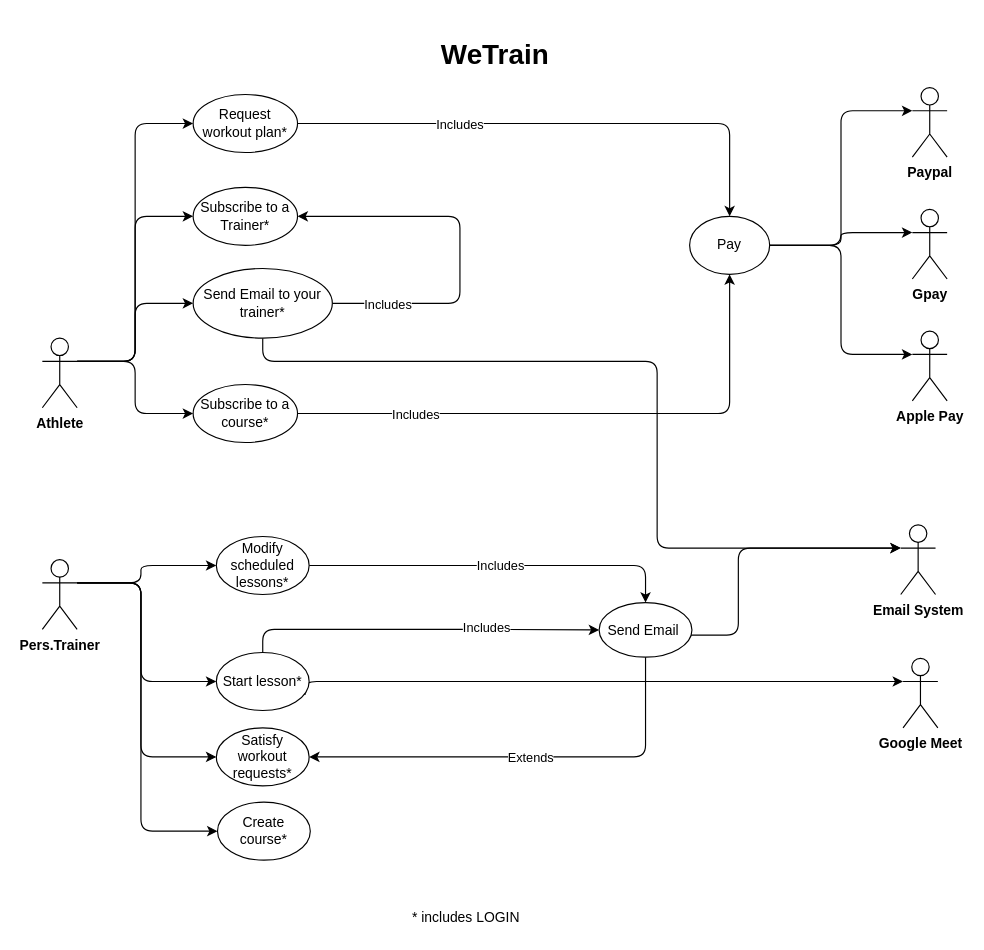
Bobbarello00/WeTrain keeps this draw.io diagram as Manenti/UCdiagram_V2.drawio. Above is the earlier version. Source tidied: cells renumbered, new cells numbered last; positions are measured from the earlier drawing's top-left corner, leaving out a move shared by most shapes. Both pictures are drawn from the tidied source at 116%, with x=0, y=0 at pixel (42, 26).
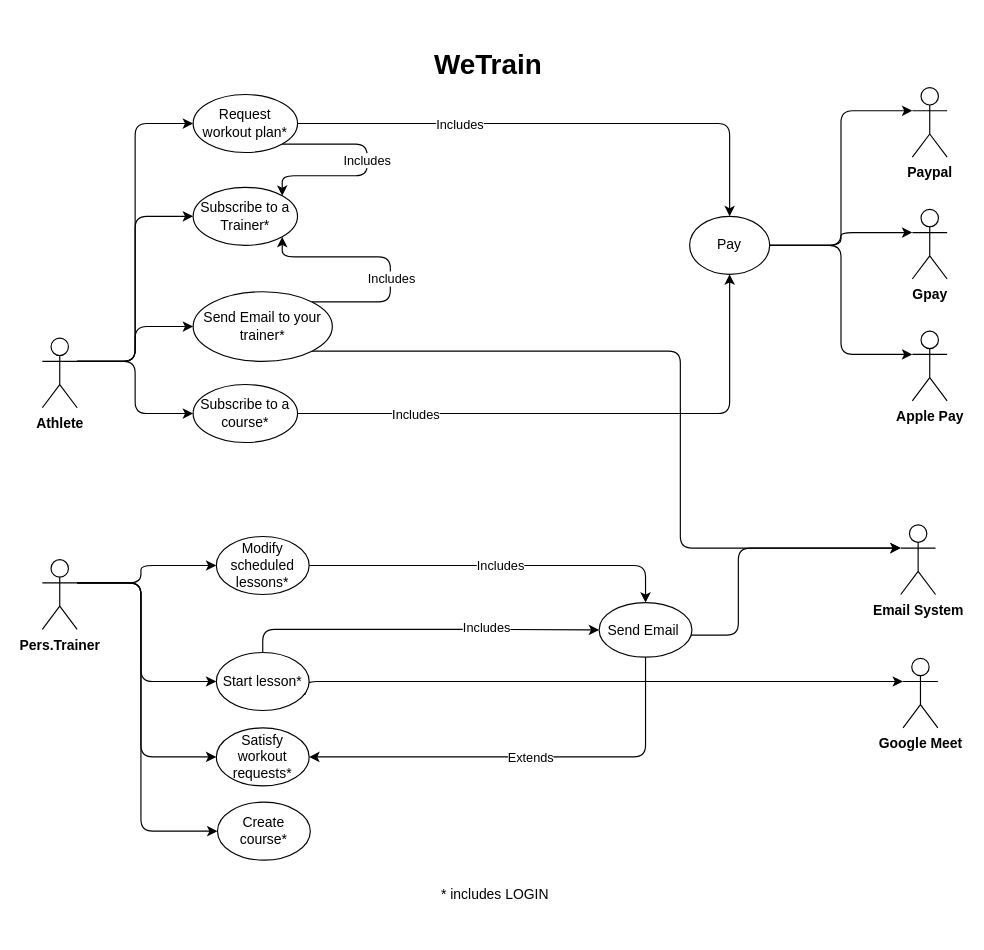
The same diagram, later.

The change refers to these unchanged cells:
```xml
<mxCell id="30" value="Request workout plan*" style="ellipse;whiteSpace=wrap;html=1;rounded=1;" parent="1" vertex="1">
  <mxGeometry x="130" y="59" width="90" height="50" as="geometry" />
</mxCell>
<mxCell id="40" value="&lt;b&gt;Email System&lt;br&gt;&lt;/b&gt;" style="shape=umlActor;verticalLabelPosition=bottom;verticalAlign=top;html=1;outlineConnect=0;rounded=1;" parent="1" vertex="1">
  <mxGeometry x="740" y="430" width="30" height="60" as="geometry" />
</mxCell>
<mxCell id="46" value="Subscribe to a Trainer*" style="ellipse;whiteSpace=wrap;html=1;rounded=1;" parent="1" vertex="1">
  <mxGeometry x="130" y="139" width="90" height="50" as="geometry" />
</mxCell>
```

The edit, as a diff of the source:
```diff
@@
     <mxCell id="14" value="&lt;h1&gt;WeTrain&lt;/h1&gt;" style="text;html=1;align=center;verticalAlign=middle;strokeColor=none;fillColor=none;rounded=1;" parent="1" vertex="1">
-      <mxGeometry x="335" width="110" height="50" as="geometry" />
+      <mxGeometry x="329" y="9" width="110" height="50" as="geometry" />
     </mxCell>
@@
-    <mxCell id="24" style="edgeStyle=orthogonalEdgeStyle;rounded=1;jettySize=auto;html=1;entryX=1;entryY=0.5;entryDx=0;entryDy=0;exitX=1;exitY=0.5;exitDx=0;exitDy=0;" parent="1" edge="1" source="27" target="46">
+    <mxCell id="24" style="edgeStyle=orthogonalEdgeStyle;rounded=1;jettySize=auto;html=1;entryX=1;entryY=1;entryDx=0;entryDy=0;exitX=1;exitY=0;exitDx=0;exitDy=0;" parent="1" edge="1" source="27" target="46">
       <mxGeometry relative="1" as="geometry">
         <Array as="points">
-          <mxPoint x="360" y="239" />
-          <mxPoint x="360" y="164" />
+          <mxPoint x="300" y="238" />
+          <mxPoint x="300" y="199" />
+          <mxPoint x="207" y="199" />
         </Array>
       </mxGeometry>
     </mxCell>
     <mxCell id="25" value="Includes" style="edgeLabel;html=1;align=center;verticalAlign=middle;rounded=1;" parent="24" vertex="1">
       <mxGeometry x="-0.61" y="1" relative="1" as="geometry">
-        <mxPoint x="-16" y="1" as="offset" />
+        <mxPoint x="26" y="-19" as="offset" />
       </mxGeometry>
     </mxCell>
-    <mxCell id="26" style="edgeStyle=orthogonalEdgeStyle;rounded=1;jettySize=auto;html=1;exitX=0.5;exitY=1;exitDx=0;exitDy=0;entryX=0;entryY=0.3333333333333333;entryDx=0;entryDy=0;entryPerimeter=0;" parent="1" edge="1" source="27" target="40">
+    <mxCell id="26" style="edgeStyle=orthogonalEdgeStyle;rounded=1;jettySize=auto;html=1;exitX=1;exitY=1;exitDx=0;exitDy=0;entryX=0;entryY=0.3333333333333333;entryDx=0;entryDy=0;entryPerimeter=0;" parent="1" edge="1" source="27" target="40">
       <mxGeometry relative="1" as="geometry">
         <Array as="points">
-          <mxPoint x="190" y="289" />
-          <mxPoint x="530" y="289" />
-          <mxPoint x="530" y="450" />
+          <mxPoint x="550" y="280" />
+          <mxPoint x="550" y="450" />
         </Array>
       </mxGeometry>
     </mxCell>
     <mxCell id="27" value="Send Email to your trainer*" style="ellipse;whiteSpace=wrap;html=1;rounded=1;" parent="1" vertex="1">
-      <mxGeometry x="130" y="209" width="120" height="60" as="geometry" />
+      <mxGeometry x="130" y="229" width="120" height="60" as="geometry" />
     </mxCell>
@@
+    <mxCell id="47" style="edgeStyle=orthogonalEdgeStyle;rounded=1;jettySize=auto;html=1;exitX=1;exitY=1;exitDx=0;exitDy=0;entryX=1;entryY=0;entryDx=0;entryDy=0;" parent="1" edge="1" source="30" target="46">
+      <mxGeometry relative="1" as="geometry">
+        <Array as="points">
+          <mxPoint x="280" y="102" />
+          <mxPoint x="280" y="129" />
+          <mxPoint x="207" y="129" />
+        </Array>
+      </mxGeometry>
+    </mxCell>
+    <mxCell id="48" value="Includes" style="edgeLabel;html=1;align=center;verticalAlign=middle;" parent="47" vertex="1">
+      <mxGeometry x="-0.1" y="-1" relative="1" as="geometry">
+        <mxPoint y="1" as="offset" />
+      </mxGeometry>
+    </mxCell>
@@
     <mxCell id="39" value="* includes LOGIN" style="text;html=1;align=center;verticalAlign=middle;strokeColor=none;fillColor=none;rounded=1;" parent="1" vertex="1">
-      <mxGeometry x="310" y="759" width="110" height="20" as="geometry" />
+      <mxGeometry x="335" y="739" width="110" height="20" as="geometry" />
     </mxCell>
```
